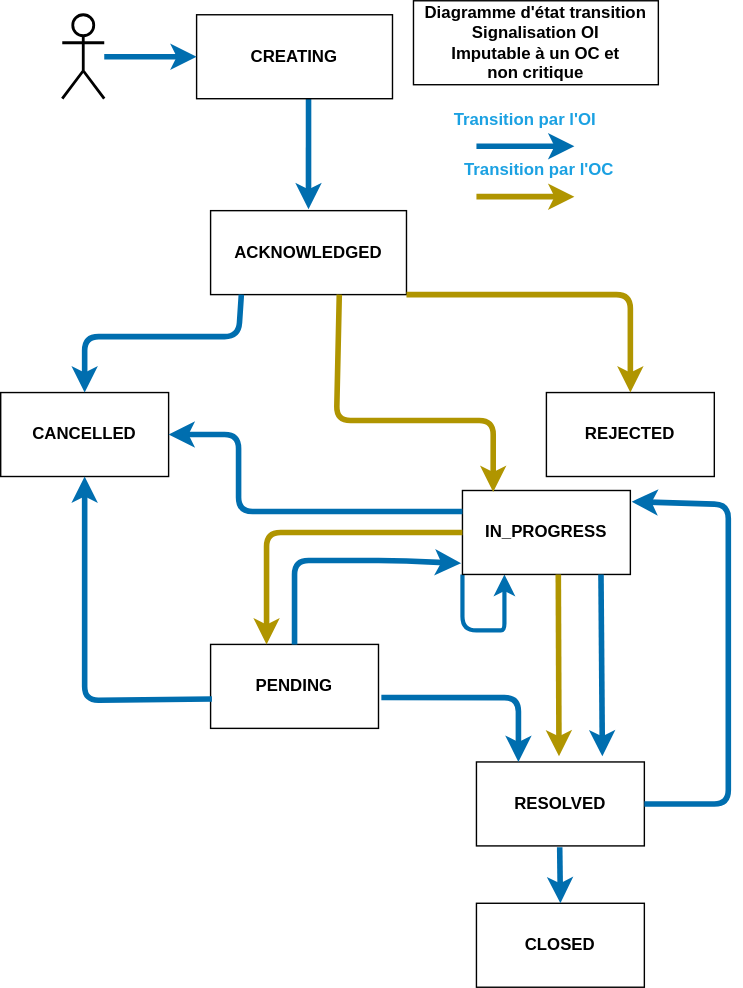
This is statusOiOcImput.drawio.svg from before-interop/malfacon, a draw.io export, as it was before one commit. Source tidied: cells renumbered, new cells last; positions are measured from the earlier drawing's top-left corner, leaving out a move shared by most shapes.
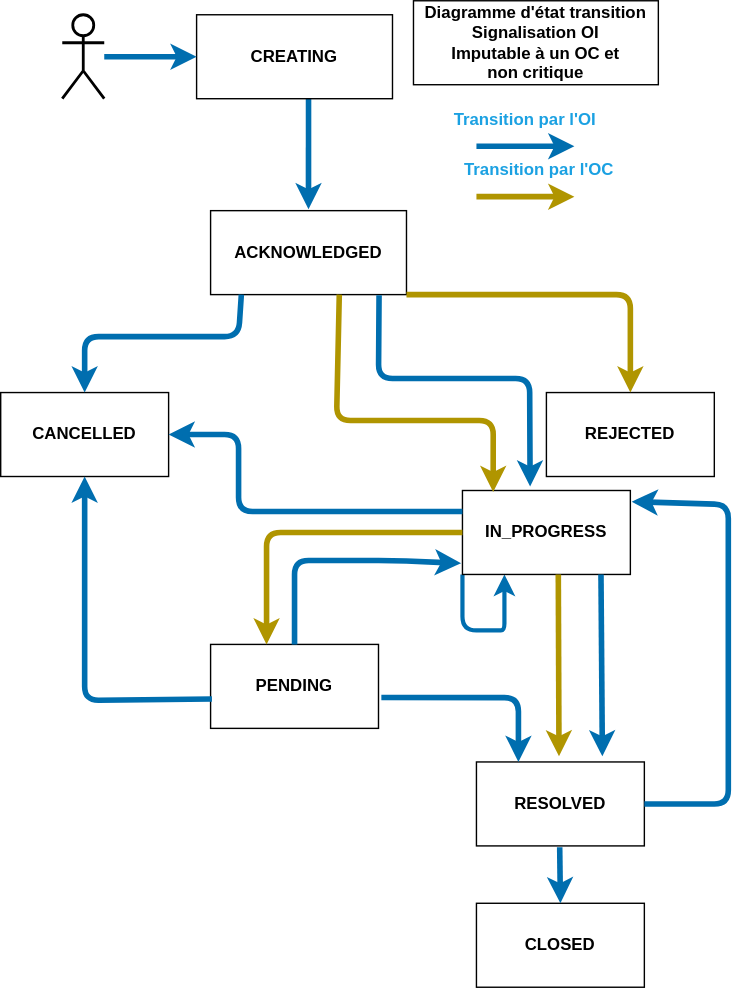
After the change.

Change to the diagram source:
```diff
@@ -90,6 +90,7 @@
       <mxGeometry relative="1" as="geometry">
         <Array as="points">
           <mxPoint x="170" y="240" />
+          <mxPoint x="140" y="240" />
           <mxPoint x="120" y="240" />
           <mxPoint x="60" y="240" />
         </Array>
@@ -163,5 +164,13 @@
         </Array>
       </mxGeometry>
     </mxCell>
+    <mxCell id="31" style="endArrow=classic;html=1;strokeWidth=4;fillColor=#1ba1e2;strokeColor=#006EAF;exitX=0.86;exitY=1.007;exitDx=0;exitDy=0;exitPerimeter=0;entryX=0.403;entryY=-0.047;entryDx=0;entryDy=0;entryPerimeter=0;" parent="1" edge="1" source="2" target="4">
+      <mxGeometry relative="1" as="geometry">
+        <Array as="points">
+          <mxPoint x="270" y="270" />
+          <mxPoint x="378" y="270" />
+        </Array>
+      </mxGeometry>
+    </mxCell>
   </root>
 </mxGraphModel>
```
